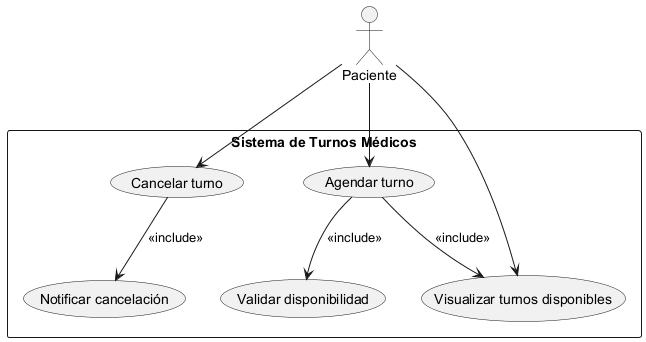
The PlantUML diagram diagramas/02-casos-de-uso/01-caso-uso-cancelar-turno.png in sofinestt/SistemaTurnosMedicos, before a commit.
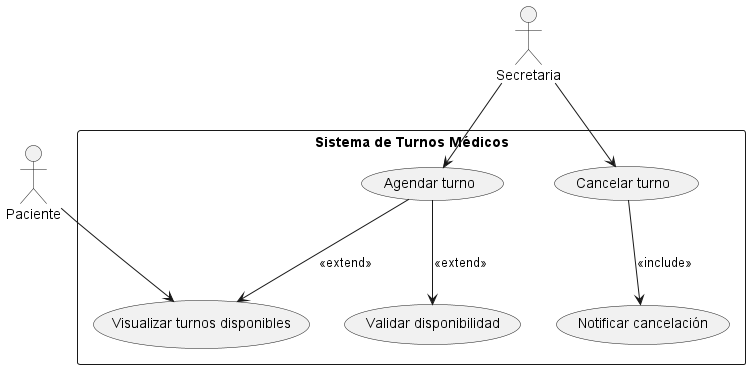
Above is the later version.

Commit message:
Se agregan modificaciones

Change to the diagram source:
```diff
@@ -1,6 +1,7 @@
 @startuml
 
 actor Paciente
+actor Secretaria
 rectangle "Sistema de Turnos Médicos" {
   usecase "Visualizar turnos disponibles" as UC1
   usecase "Agendar turno" as UC2
@@ -8,15 +9,14 @@
   usecase "Validar disponibilidad" as UC4
   usecase "Notificar cancelación" as UC5
 
+  Paciente --> (UC1)
+  Secretaria --> (UC2)
+  Secretaria --> (UC3)
 
-Paciente --> (UC1)
-Paciente --> (UC2)
-Paciente --> (UC3)
+  (UC2) --> (UC4) : <<extend>>
+  (UC2) --> (UC1) : <<extend>>
 
-(UC2) --> (UC4) : <<include>>
-(UC2) --> (UC1) : <<include>>
-
-(UC3) --> (UC5) : <<include>>
+  (UC3) --> (UC5) : <<include>>
 
 }
 @enduml
```
